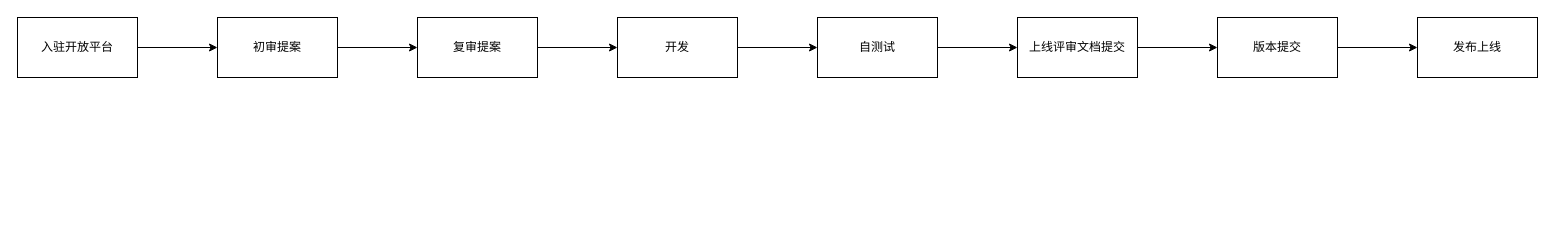
yaohuiwu/SimpleFS keeps this draw.io diagram as page "中文" (1 of 2) of 直播小玩法流程.drawio. Above is the earlier version. Source tidied: cells renumbered, new cells numbered last; positions are measured from the earlier drawing's top-left corner, leaving out a move shared by most shapes. Both pictures are drawn from the tidied source at 100%, with x=0, y=0 at pixel (17, 17).
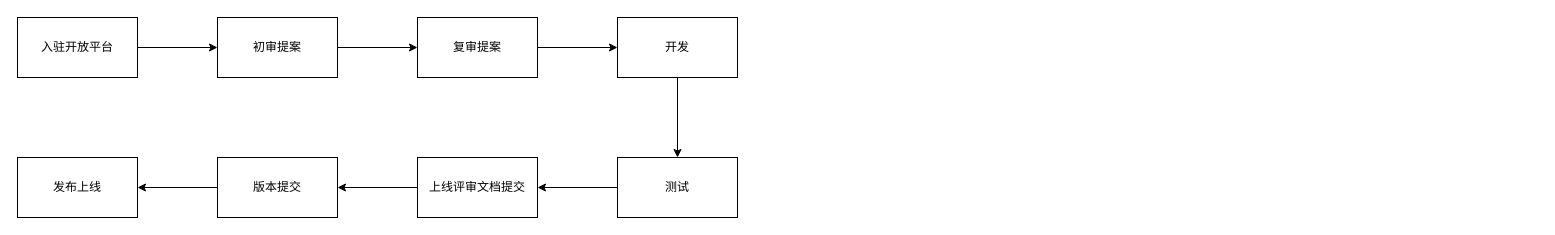
The same page after the edit.

Commit message (it also covers changes not shown here):
更新直播小玩法流程.drawio

The edit, as a diff of the source:
```diff
@@
 <mxGraphModel>
   <root>
     <mxCell id="0" />
     <mxCell id="1" parent="0" />
     <mxCell id="2" style="edgeStyle=orthogonalEdgeStyle;rounded=0;jettySize=auto;html=1;" parent="1" edge="1" source="3" target="5">
       <mxGeometry relative="1" as="geometry" />
     </mxCell>
     <mxCell id="3" value="入驻开放平台" style="rounded=0;whiteSpace=wrap;html=1;" parent="1" vertex="1">
       <mxGeometry width="120" height="60" as="geometry" />
     </mxCell>
     <mxCell id="4" style="edgeStyle=orthogonalEdgeStyle;rounded=0;jettySize=auto;html=1;" parent="1" edge="1" source="5" target="7">
       <mxGeometry relative="1" as="geometry" />
     </mxCell>
     <mxCell id="5" value="初审提案" style="rounded=0;whiteSpace=wrap;html=1;" parent="1" vertex="1">
       <mxGeometry x="200" width="120" height="60" as="geometry" />
     </mxCell>
     <mxCell id="6" style="edgeStyle=orthogonalEdgeStyle;rounded=0;jettySize=auto;html=1;" parent="1" edge="1" source="7" target="9">
       <mxGeometry relative="1" as="geometry" />
     </mxCell>
     <mxCell id="7" value="复审提案" style="rounded=0;whiteSpace=wrap;html=1;" parent="1" vertex="1">
       <mxGeometry x="400" width="120" height="60" as="geometry" />
     </mxCell>
-    <mxCell id="8" style="edgeStyle=orthogonalEdgeStyle;rounded=0;jettySize=auto;html=1;" parent="1" edge="1" source="9" target="11">
-      <mxGeometry relative="1" as="geometry" />
-    </mxCell>
+    <mxCell id="17" style="edgeStyle=orthogonalEdgeStyle;rounded=0;jettySize=auto;html=1;" parent="1" edge="1" source="9" target="19">
+      <mxGeometry relative="1" as="geometry" />
+    </mxCell>
     <mxCell id="9" value="开发" style="rounded=0;whiteSpace=wrap;html=1;" parent="1" vertex="1">
       <mxGeometry x="600" width="120" height="60" as="geometry" />
     </mxCell>
-    <mxCell id="10" style="edgeStyle=orthogonalEdgeStyle;rounded=0;jettySize=auto;html=1;" parent="1" edge="1" source="11" target="13">
-      <mxGeometry relative="1" as="geometry" />
-    </mxCell>
-    <mxCell id="11" value="自测试" style="rounded=0;whiteSpace=wrap;html=1;" parent="1" vertex="1">
-      <mxGeometry x="800" width="120" height="60" as="geometry" />
-    </mxCell>
+    <mxCell id="18" style="edgeStyle=orthogonalEdgeStyle;rounded=0;jettySize=auto;html=1;" parent="1" edge="1" source="19" target="13">
+      <mxGeometry relative="1" as="geometry" />
+    </mxCell>
+    <mxCell id="19" value="测试" style="rounded=0;whiteSpace=wrap;html=1;" parent="1" vertex="1">
+      <mxGeometry x="600" y="140" width="120" height="60" as="geometry" />
+    </mxCell>
     <mxCell id="12" style="edgeStyle=orthogonalEdgeStyle;rounded=0;jettySize=auto;html=1;" parent="1" edge="1" source="13" target="15">
       <mxGeometry relative="1" as="geometry" />
     </mxCell>
     <mxCell id="13" value="上线评审文档提交" style="rounded=0;whiteSpace=wrap;html=1;" parent="1" vertex="1">
-      <mxGeometry x="1000" width="120" height="60" as="geometry" />
+      <mxGeometry x="400" y="140" width="120" height="60" as="geometry" />
     </mxCell>
     <mxCell id="14" style="edgeStyle=orthogonalEdgeStyle;rounded=0;jettySize=auto;html=1;" parent="1" edge="1" source="15" target="16">
       <mxGeometry relative="1" as="geometry" />
     </mxCell>
     <mxCell id="15" value="版本提交" style="rounded=0;whiteSpace=wrap;html=1;" parent="1" vertex="1">
-      <mxGeometry x="1200" width="120" height="60" as="geometry" />
+      <mxGeometry x="200" y="140" width="120" height="60" as="geometry" />
     </mxCell>
     <mxCell id="16" value="发布上线" style="rounded=0;whiteSpace=wrap;html=1;" parent="1" vertex="1">
-      <mxGeometry x="1400" width="120" height="60" as="geometry" />
+      <mxGeometry y="140" width="120" height="60" as="geometry" />
     </mxCell>
   </root>
 </mxGraphModel>
```
